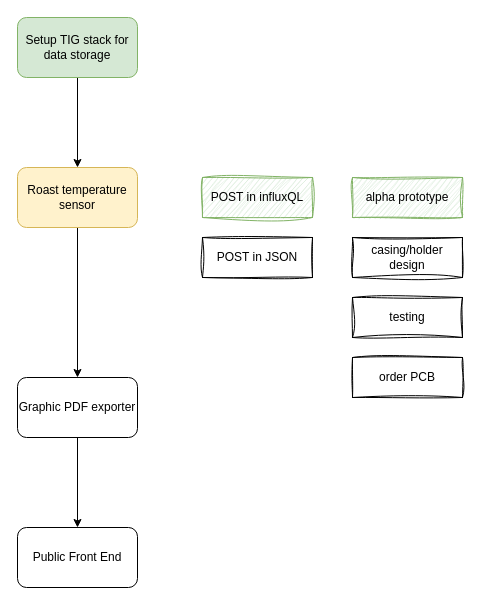
Before: roadmap.drawio in SuperJSBros/roaster-monitor-sensor, a draw.io diagram. Source tidied: cells renumbered, new cells numbered last; positions are measured from the earlier drawing's top-left corner, leaving out a move shared by most shapes. Both pictures are drawn from the tidied source at 100%, with x=0, y=0 at pixel (17, 17).
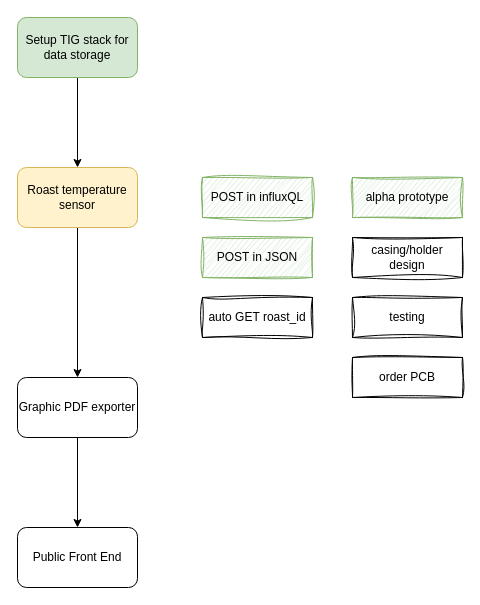
After the change.

Commit message (it also covers changes not shown here):
moved from influx datatype to JSON_v2

What changed in the source:
```diff
@@
 <mxGraphModel>
   <root>
     <mxCell id="0" />
     <mxCell id="1" parent="0" />
     <mxCell id="2" style="edgeStyle=none;html=1;exitX=0.5;exitY=1;exitDx=0;exitDy=0;entryX=0.5;entryY=0;entryDx=0;entryDy=0;" parent="1" edge="1" source="3" target="5">
       <mxGeometry relative="1" as="geometry" />
     </mxCell>
     <mxCell id="3" value="Setup TIG stack for data storage" style="rounded=1;whiteSpace=wrap;html=1;fillColor=#d5e8d4;strokeColor=#82b366;shadow=0;" parent="1" vertex="1">
       <mxGeometry width="120" height="60" as="geometry" />
     </mxCell>
     <mxCell id="4" style="edgeStyle=none;html=1;exitX=0.5;exitY=1;exitDx=0;exitDy=0;entryX=0.5;entryY=0;entryDx=0;entryDy=0;" parent="1" edge="1" source="5" target="7">
       <mxGeometry relative="1" as="geometry" />
     </mxCell>
     <mxCell id="5" value="Roast temperature sensor" style="rounded=1;whiteSpace=wrap;html=1;fillColor=#fff2cc;strokeColor=#d6b656;shadow=0;" parent="1" vertex="1">
       <mxGeometry y="150" width="120" height="60" as="geometry" />
     </mxCell>
     <mxCell id="6" style="edgeStyle=none;html=1;exitX=0.5;exitY=1;exitDx=0;exitDy=0;entryX=0.5;entryY=0;entryDx=0;entryDy=0;" parent="1" edge="1" source="7" target="8">
       <mxGeometry relative="1" as="geometry" />
     </mxCell>
     <mxCell id="7" value="Graphic PDF exporter" style="rounded=1;whiteSpace=wrap;html=1;shadow=0;" parent="1" vertex="1">
       <mxGeometry y="360" width="120" height="60" as="geometry" />
     </mxCell>
     <mxCell id="8" value="Public Front End" style="rounded=1;whiteSpace=wrap;html=1;shadow=0;" parent="1" vertex="1">
       <mxGeometry y="510" width="120" height="60" as="geometry" />
     </mxCell>
     <mxCell id="9" value="POST in influxQL" style="rounded=0;whiteSpace=wrap;html=1;sketch=1;curveFitting=1;jiggle=2;fillColor=#d5e8d4;strokeColor=#82b366;" parent="1" vertex="1">
       <mxGeometry x="185" y="160" width="110" height="40" as="geometry" />
     </mxCell>
-    <mxCell id="10" value="POST in JSON" style="rounded=0;whiteSpace=wrap;html=1;sketch=1;curveFitting=1;jiggle=2;" parent="1" vertex="1">
+    <mxCell id="10" value="POST in JSON" style="rounded=0;whiteSpace=wrap;html=1;sketch=1;curveFitting=1;jiggle=2;fillColor=#d5e8d4;strokeColor=#82b366;" parent="1" vertex="1">
       <mxGeometry x="185" y="220" width="110" height="40" as="geometry" />
     </mxCell>
     <mxCell id="11" value="alpha prototype" style="rounded=0;whiteSpace=wrap;html=1;sketch=1;curveFitting=1;jiggle=2;fillColor=#d5e8d4;strokeColor=#82b366;" parent="1" vertex="1">
       <mxGeometry x="335" y="160" width="110" height="40" as="geometry" />
     </mxCell>
     <mxCell id="12" value="casing/holder design" style="rounded=0;whiteSpace=wrap;html=1;sketch=1;curveFitting=1;jiggle=2;" parent="1" vertex="1">
       <mxGeometry x="335" y="220" width="110" height="40" as="geometry" />
     </mxCell>
     <mxCell id="13" value="testing" style="rounded=0;whiteSpace=wrap;html=1;sketch=1;curveFitting=1;jiggle=2;" parent="1" vertex="1">
       <mxGeometry x="335" y="280" width="110" height="40" as="geometry" />
     </mxCell>
     <mxCell id="14" value="order PCB" style="rounded=0;whiteSpace=wrap;html=1;sketch=1;curveFitting=1;jiggle=2;" parent="1" vertex="1">
       <mxGeometry x="335" y="340" width="110" height="40" as="geometry" />
     </mxCell>
+    <mxCell id="15" value="auto GET roast_id" style="rounded=0;whiteSpace=wrap;html=1;sketch=1;curveFitting=1;jiggle=2;" parent="1" vertex="1">
+      <mxGeometry x="185" y="280" width="110" height="40" as="geometry" />
+    </mxCell>
   </root>
 </mxGraphModel>
```
